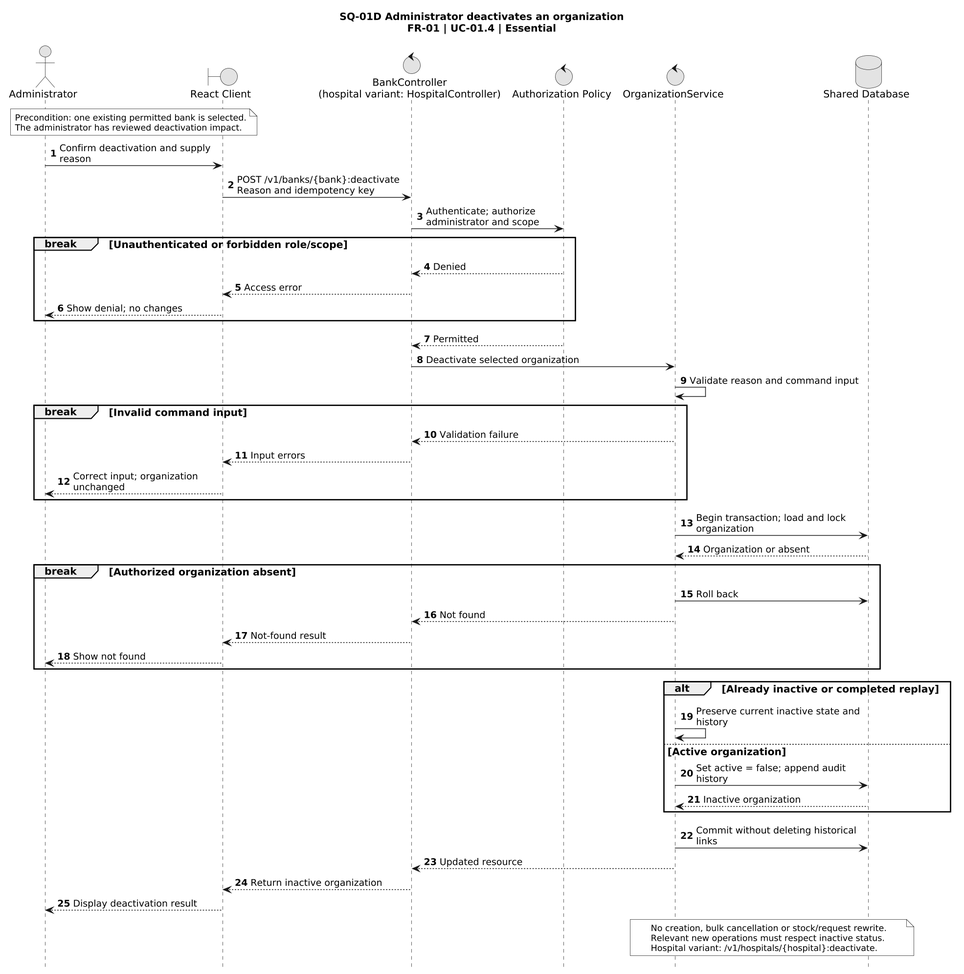
Above: docs/uml/Sequence/SQ-01D-DeactivateOrganization.png in TitanDevX/BloodBankPlatformUni (PlantUML), before the change.
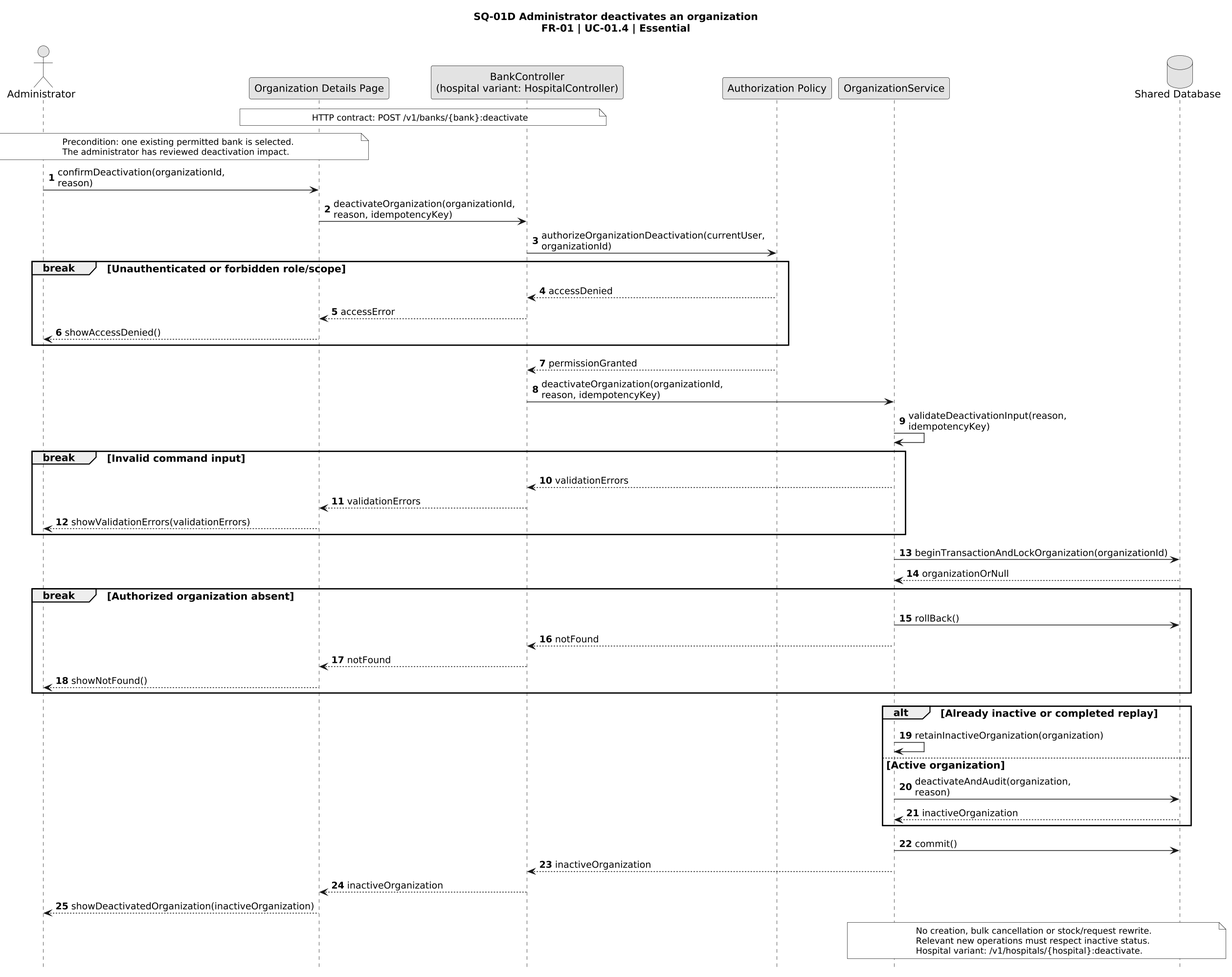
Above is the later version.

Diff of the diagram source:
```diff
@@ -11,49 +11,52 @@
 skinparam maxMessageSize 240
 autonumber
 actor Administrator as Admin
-boundary "React Client" as Client
-control "BankController\n(hospital variant: HospitalController)" as Ctrl
-control "Authorization Policy" as Policy
-control "OrganizationService" as Svc
+participant "Organization Details Page" as Client
+participant "BankController\n(hospital variant: HospitalController)" as Ctrl
+participant "Authorization Policy" as Policy
+participant "OrganizationService" as Svc
 database "Shared Database" as DB
+note over Client, Ctrl
+ HTTP contract: POST /v1/banks/{bank}:deactivate
+end note
 note over Admin, Client
  Precondition: one existing permitted bank is selected.
  The administrator has reviewed deactivation impact.
 end note
-Admin -> Client: Confirm deactivation and supply reason
-Client -> Ctrl: POST /v1/banks/{bank}:deactivate\nReason and idempotency key
-Ctrl -> Policy: Authenticate; authorize administrator and scope
+Admin -> Client: confirmDeactivation(organizationId, reason)
+Client -> Ctrl: deactivateOrganization(organizationId, reason, idempotencyKey)
+Ctrl -> Policy: authorizeOrganizationDeactivation(currentUser, organizationId)
 break Unauthenticated or forbidden role/scope
- Policy --> Ctrl: Denied
- Ctrl --> Client: Access error
- Client --> Admin: Show denial; no changes
+ Policy --> Ctrl: accessDenied
+ Ctrl --> Client: accessError
+ Client --> Admin: showAccessDenied()
 end
-Policy --> Ctrl: Permitted
-Ctrl -> Svc: Deactivate selected organization
-Svc -> Svc: Validate reason and command input
+Policy --> Ctrl: permissionGranted
+Ctrl -> Svc: deactivateOrganization(organizationId, reason, idempotencyKey)
+Svc -> Svc: validateDeactivationInput(reason, idempotencyKey)
 break Invalid command input
- Svc --> Ctrl: Validation failure
- Ctrl --> Client: Input errors
- Client --> Admin: Correct input; organization unchanged
+ Svc --> Ctrl: validationErrors
+ Ctrl --> Client: validationErrors
+ Client --> Admin: showValidationErrors(validationErrors)
 end
-Svc -> DB: Begin transaction; load and lock organization
-DB --> Svc: Organization or absent
+Svc -> DB: beginTransactionAndLockOrganization(organizationId)
+DB --> Svc: organizationOrNull
 break Authorized organization absent
- Svc -> DB: Roll back
- Svc --> Ctrl: Not found
- Ctrl --> Client: Not-found result
- Client --> Admin: Show not found
+ Svc -> DB: rollBack()
+ Svc --> Ctrl: notFound
+ Ctrl --> Client: notFound
+ Client --> Admin: showNotFound()
 end
 alt Already inactive or completed replay
- Svc -> Svc: Preserve current inactive state and history
+ Svc -> Svc: retainInactiveOrganization(organization)
 else Active organization
- Svc -> DB: Set active = false; append audit history
- DB --> Svc: Inactive organization
+ Svc -> DB: deactivateAndAudit(organization, reason)
+ DB --> Svc: inactiveOrganization
 end
-Svc -> DB: Commit without deleting historical links
-Svc --> Ctrl: Updated resource
-Ctrl --> Client: Return inactive organization
-Client --> Admin: Display deactivation result
+Svc -> DB: commit()
+Svc --> Ctrl: inactiveOrganization
+Ctrl --> Client: inactiveOrganization
+Client --> Admin: showDeactivatedOrganization(inactiveOrganization)
 note over Svc, DB
  No creation, bulk cancellation or stock/request rewrite.
  Relevant new operations must respect inactive status.
```
